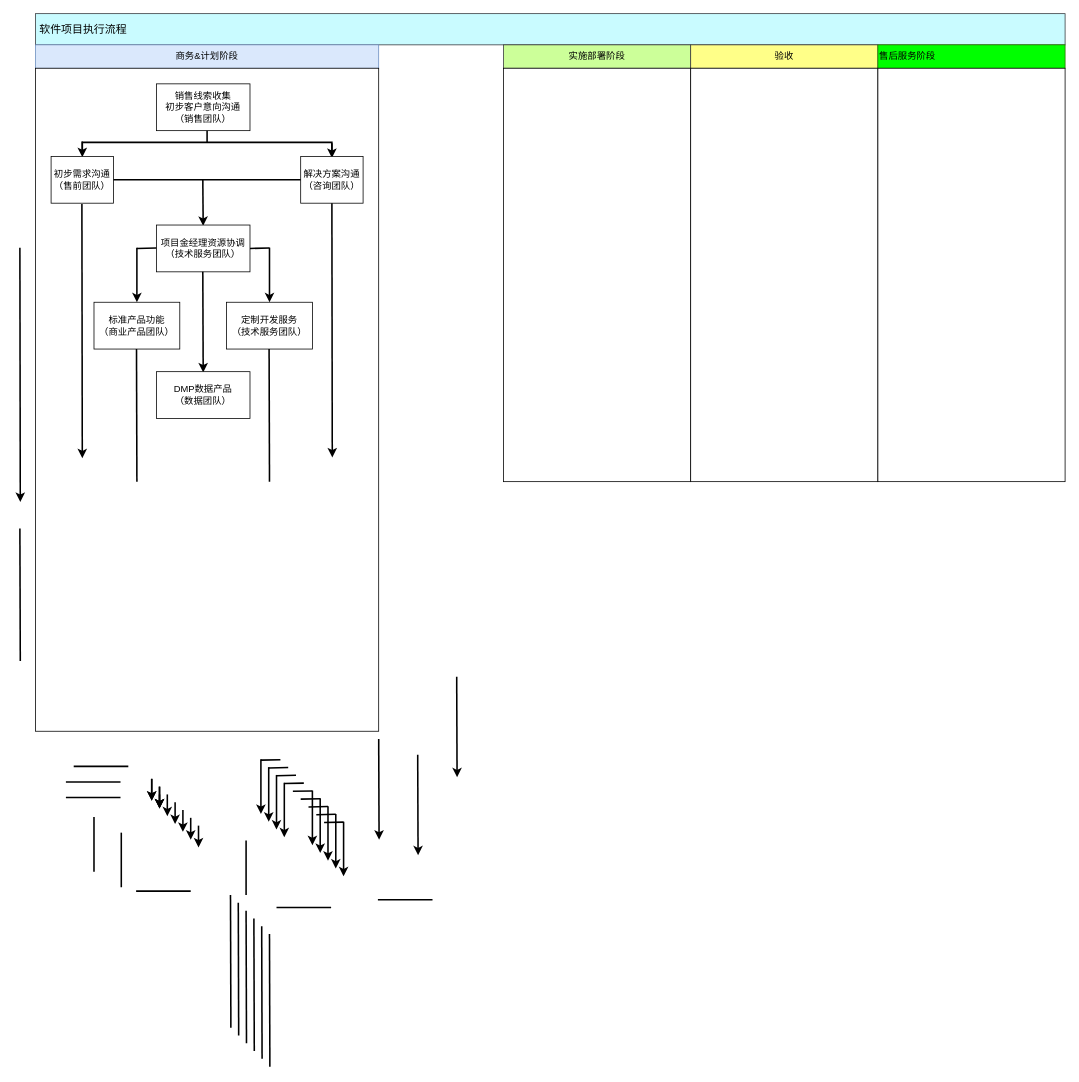
Earlier version of the draw.io diagram 未命名绘图.drawio (pingxinerlun/Demo). Source tidied: cells renumbered, new cells numbered last; positions are measured from the earlier drawing's top-left corner, leaving out a move shared by most shapes. Both pictures are drawn from the tidied source at 78%, with x=0, y=0 at pixel (20, 13).
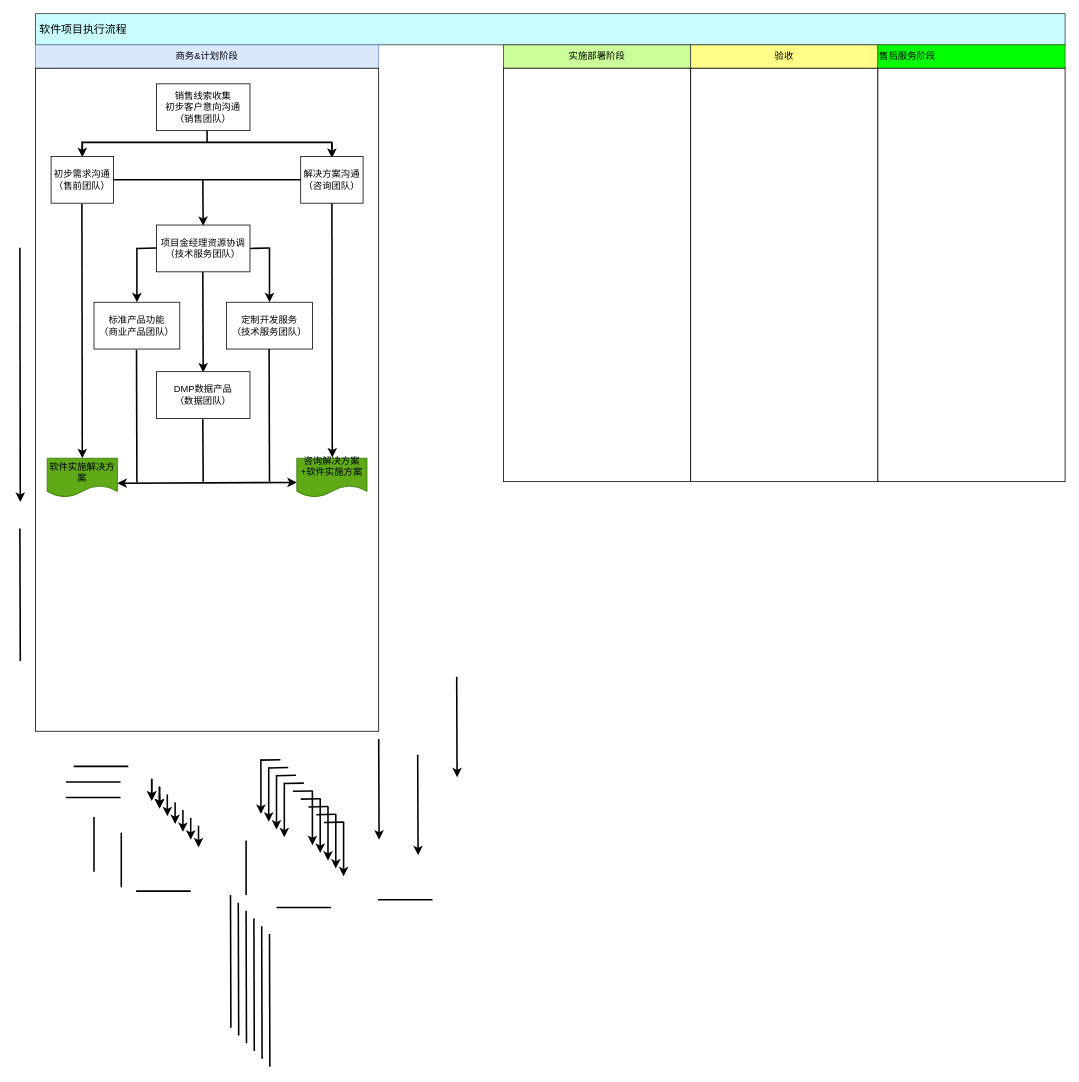
The same page after the edit.

What changed in the source:
```diff
@@
     <mxCell id="70" style="endArrow=none;html=1;strokeWidth=2;" parent="1" edge="1">
       <mxGeometry relative="1" as="geometry">
-        <mxPoint x="150" y="600" as="sourcePoint" />
-        <mxPoint x="149.5" y="430" as="targetPoint" />
+        <mxPoint x="150" y="601" as="sourcePoint" />
+        <mxPoint x="149.5" y="431" as="targetPoint" />
       </mxGeometry>
     </mxCell>
@@
+    <mxCell id="80" style="endArrow=none;html=1;strokeWidth=2;" parent="1" edge="1">
+      <mxGeometry relative="1" as="geometry">
+        <mxPoint x="235" y="600" as="sourcePoint" />
+        <mxPoint x="234.5" y="520" as="targetPoint" />
+      </mxGeometry>
+    </mxCell>
+    <mxCell id="81" value="&lt;font color=&quot;#000000&quot;&gt;软件实施解决方案&lt;/font&gt;" style="shape=document;whiteSpace=wrap;html=1;boundedLbl=1;fillColor=#60a917;align=center;strokeColor=#2D7600;fontColor=#ffffff;" parent="1" vertex="1">
+      <mxGeometry x="35" y="570" width="90" height="50" as="geometry" />
+    </mxCell>
+    <mxCell id="82" style="endArrow=classic;startArrow=classic;html=1;strokeWidth=2;entryX=-0.011;entryY=0.64;entryDx=0;entryDy=0;entryPerimeter=0;" parent="1" edge="1">
+      <mxGeometry relative="1" as="geometry">
+        <mxPoint x="125" y="602" as="sourcePoint" />
+        <mxPoint x="355" y="601" as="targetPoint" />
+      </mxGeometry>
+    </mxCell>
+    <mxCell id="83" value="&lt;font color=&quot;#000000&quot;&gt;咨询解决方案&lt;br&gt;+软件实施方案&lt;br&gt;&lt;br&gt;&lt;/font&gt;" style="shape=document;whiteSpace=wrap;html=1;boundedLbl=1;fillColor=#60a917;align=center;strokeColor=#2D7600;fontColor=#ffffff;" parent="1" vertex="1">
+      <mxGeometry x="355" y="570" width="90" height="50" as="geometry" />
+    </mxCell>
```
